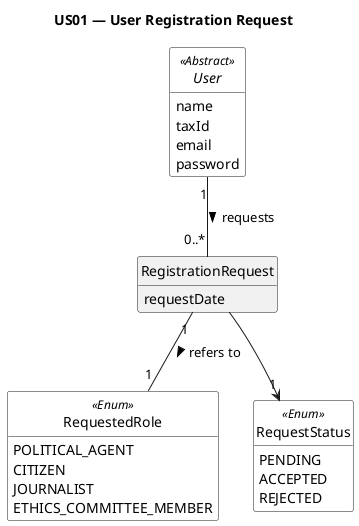
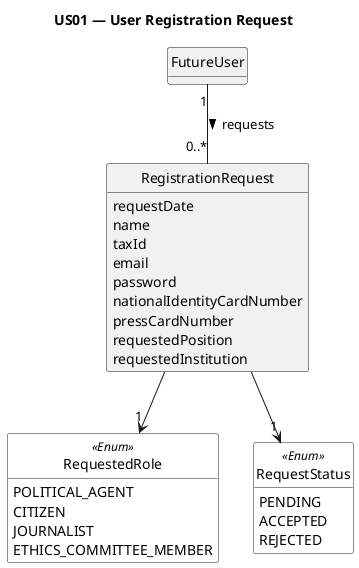
@startuml
title US01 — User Registration Request
skinparam monochrome true
skinparam packageStyle rectangle
skinparam shadowing false
skinparam classAttributeIconSize 0
hide circle
hide methods

skinparam class {
-     BackgroundColor<<Abstract>> White
    BackgroundColor<<Enum>> White
}

enum RequestedRole << Enum >> {
  POLITICAL_AGENT
  CITIZEN
  JOURNALIST
  ETHICS_COMMITTEE_MEMBER
}

enum RequestStatus << Enum >> {
  PENDING
  ACCEPTED
  REJECTED
}

- abstract class User << Abstract >> {
-     name
-     taxId
-     email
-     password
+ class FutureUser {
}

class RegistrationRequest {
-     requestDate
+   requestDate
+   name
+   taxId
+   email
+   password
+   nationalIdentityCardNumber
+   pressCardNumber
+   requestedPosition
+   requestedInstitution
}

- User "1" -- "0..*" RegistrationRequest : requests >
+ FutureUser "1" -- "0..*" RegistrationRequest : requests >
RegistrationRequest --> "1" RequestStatus
- RegistrationRequest "1" -- "1" RequestedRole : refers to >
+ RegistrationRequest --> "1" RequestedRole

@enduml